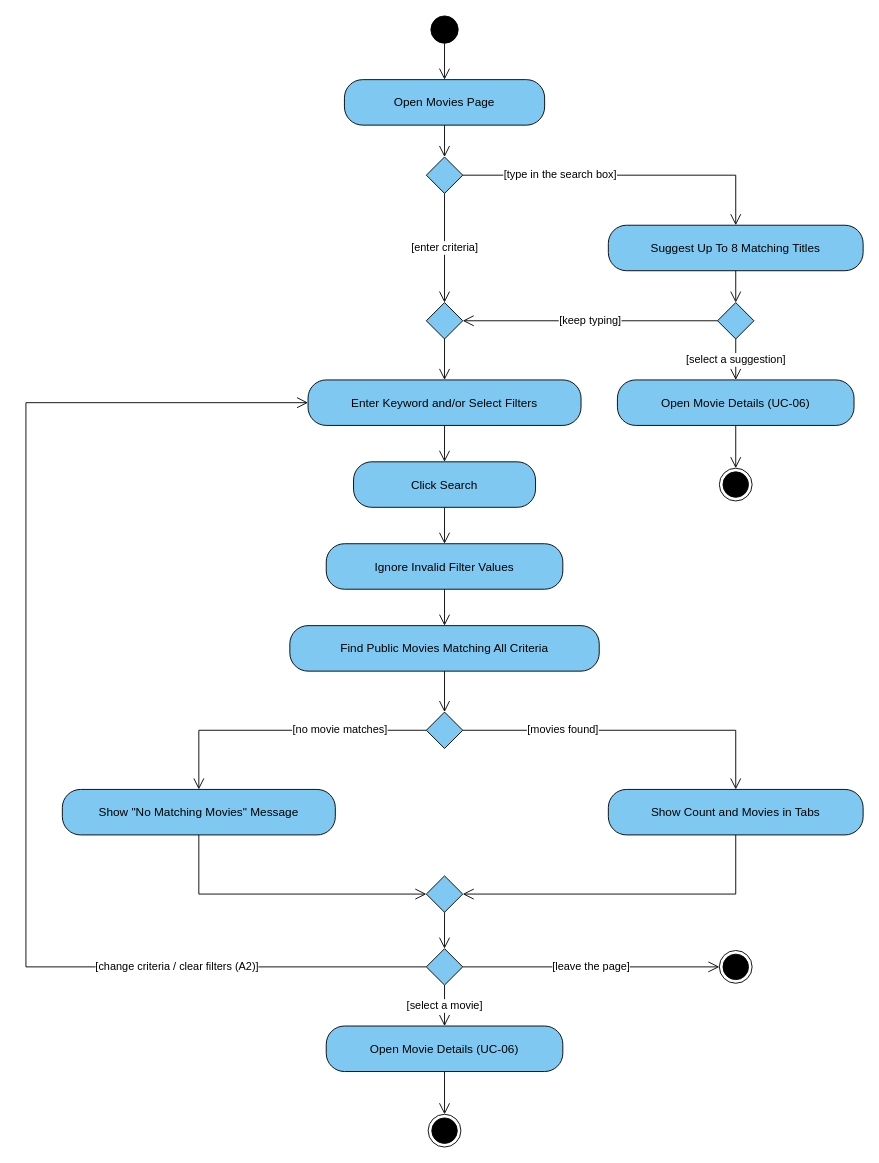
This is page "UC-05 Activity" (2 of 2) of docs/diagrams/UC05_Search_Filter_Movies.drawio from Duongnd-07/CinemaManagementSystem_SE2053_NET_Group2, a draw.io file, before an edit. Source tidied: cells renumbered, new cells numbered last; positions are measured from the earlier drawing's top-left corner, leaving out a move shared by most shapes. Both pictures are drawn from the tidied source at 91%, with x=0, y=0 at pixel (25, 15).
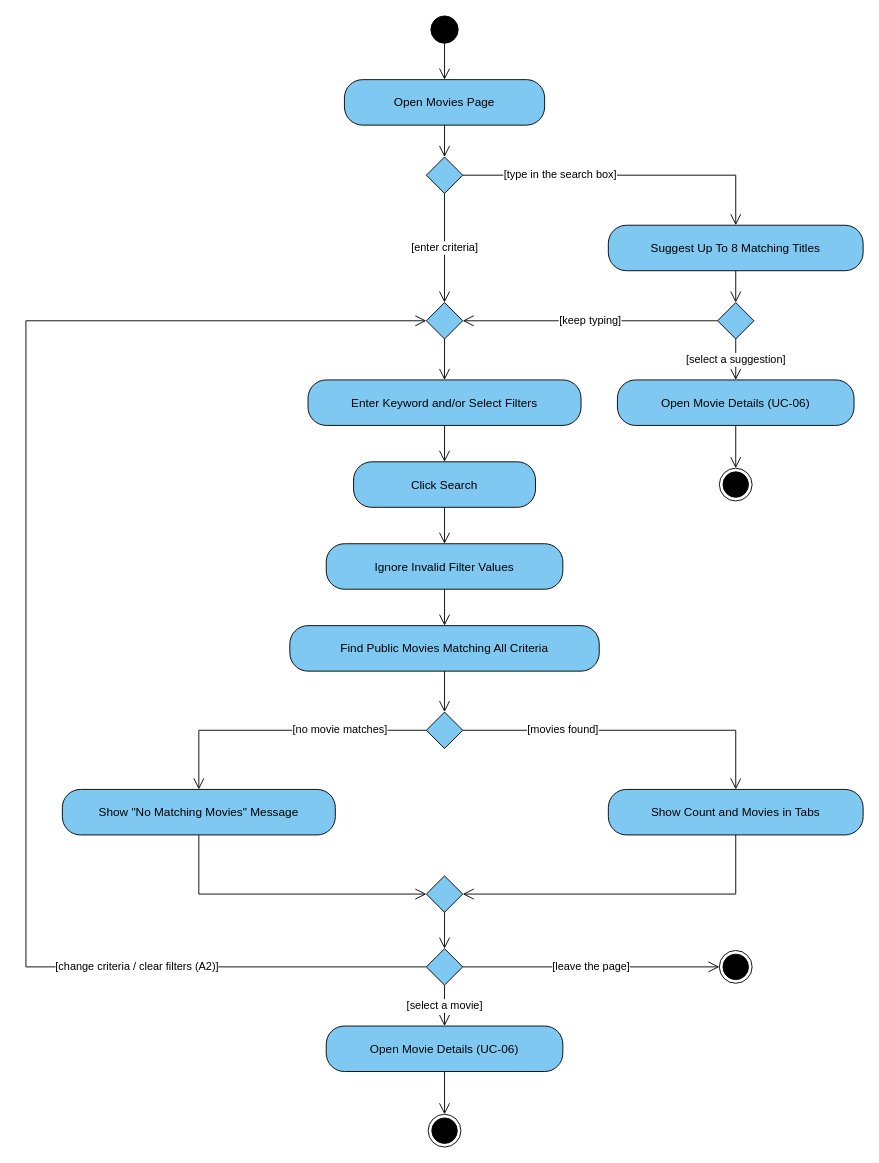
The same page after the edit.

Unchanged cells that the change refers to:
```xml
<mxCell id="9" style="rhombus;html=1;fillColor=#7EC8F1;strokeColor=#000000;" parent="1" vertex="1">
  <mxGeometry x="440" y="315" width="40" height="40" as="geometry" />
</mxCell>
<mxCell id="10" value="Enter Keyword and/or Select Filters" style="rounded=1;arcSize=40;whiteSpace=wrap;html=1;fillColor=#7EC8F1;strokeColor=#000000;fontFamily=Helvetica;fontSize=13;" parent="1" vertex="1">
  <mxGeometry x="310" y="400" width="300" height="50" as="geometry" />
</mxCell>
<mxCell id="18" style="rhombus;html=1;fillColor=#7EC8F1;strokeColor=#000000;" parent="1" vertex="1">
  <mxGeometry x="440" y="1025" width="40" height="40" as="geometry" />
</mxCell>
```

Change to the diagram source:
```diff
@@
-    <mxCell id="43" value="[change criteria / clear filters (A2)]" style="edgeStyle=orthogonalEdgeStyle;rounded=0;html=1;endArrow=open;endSize=10;strokeColor=#000000;exitX=0;exitY=0.5;exitDx=0;exitDy=0;entryX=0;entryY=0.5;entryDx=0;entryDy=0;labelBackgroundColor=#ffffff;fontFamily=Helvetica;fontSize=12;" parent="1" edge="1" source="18" target="10">
+    <mxCell id="43" value="[change criteria / clear filters (A2)]" style="edgeStyle=orthogonalEdgeStyle;rounded=0;html=1;endArrow=open;endSize=10;strokeColor=#000000;exitX=0;exitY=0.5;exitDx=0;exitDy=0;entryX=0;entryY=0.5;entryDx=0;entryDy=0;labelBackgroundColor=#ffffff;fontFamily=Helvetica;fontSize=12;" parent="1" edge="1" source="18" target="9">
       <mxGeometry x="-0.6" relative="1" as="geometry">
         <Array as="points">
           <mxPoint y="1045" />
-          <mxPoint y="425" />
+          <mxPoint y="335" />
         </Array>
       </mxGeometry>
     </mxCell>
```
